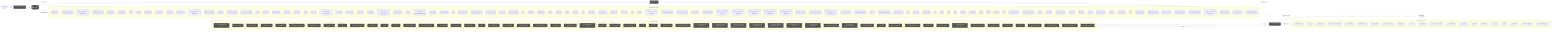
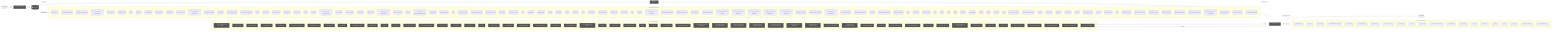
flowchart LR
  UserQ(["👤 User Query"])
  Embed["📐 Embedding Model"]
  VecDB[("📚 Vector Store")]
  Retriever["🔍 Retriever"]
  LLMNode["🧠 LLM / Generator"]
  Output(["✅ Response"])
  UserQ -->|query| Embed
  Embed -->|vector| VecDB
  VecDB -->|top-k chunks| Retriever
  Retriever -->|context + query| LLMNode
  LLMNode -->|generated answer| Output
  subgraph DetectedMemory["Detected memory stores"]
    det_detectedmemory_cli_dispatch_test_54c9f17b[("cli-dispatch.test")]
+     det_detectedmemory_pr_template_validator_test_569b1cef[("pr-template-validator.test")]
    det_detectedmemory_run_local_memory_preflight_36e92808[("run-local-memory-preflight")]
    det_detectedmemory_run_local_memory_preflight_test_1d7c5aa0[("run-local-memory-preflight.test")]
-     det_detectedmemory_pr_template_validator_test_569b1cef[("pr-template-validator.test")]
    det_detectedmemory_tooling_audit_test_d2aee28c[("tooling-audit.test")]
    det_detectedmemory_tooling_audit_core_328d6a41[("tooling-audit-core")]
    det_detectedmemory_search_24193290[("search")]
    det_detectedmemory_search_test_0c66bc11[("search.test")]
    det_detectedmemory_review_gate_test_000e2ed6[("review-gate.test")]
    det_detectedmemory_review_gate_core_4c8001f9[("review-gate-core")]
    det_detectedmemory_review_context_ca6cf81d[("review-context")]
    det_detectedmemory_review_context_test_89806d6c[("review-context.test")]
    det_detectedmemory_refresh_diagram_context_test_03bf21c4[("refresh-diagram-context.test")]
    det_detectedmemory_pattern_scope_siblings_43abe000[("pattern-scope-siblings")]
    det_detectedmemory_memory_gate_a577a506[("memory-gate")]
    det_detectedmemory_local_memory_preflight_dcc36c42[("local-memory-preflight")]
    det_detectedmemory_local_memory_preflight_test_5e323bbf[("local-memory-preflight.test")]
    det_detectedmemory_init_test_cbba76a6[("init.test")]
    det_detectedmemory_index_context_de3ed39d[("index-context")]
    det_detectedmemory_index_context_test_1949ea6f[("index-context.test")]
    det_detectedmemory_docs_gate_test_a25e972f[("docs-gate.test")]
    det_detectedmemory_docs_gate_core_eb9b6c18[("docs-gate-core")]
    det_detectedmemory_context_ea7792a2[("context")]
    det_detectedmemory_context_test_57aad306[("context.test")]
    det_detectedmemory_context_integrity_acceptance_test_59f961b1[("context-integrity-acceptance.test")]
    det_detectedmemory_context_health_80bb7da9[("context-health")]
    det_detectedmemory_context_health_test_3b5b87f3[("context-health.test")]
    det_detectedmemory_ci_migrate_test_2a015bb9[("ci-migrate.test")]
    det_detectedmemory_ci_migrate_core_7005b5af[("ci-migrate-core")]
    det_detectedmemory_check_diagram_freshness_test_c1dc40aa[("check-diagram-freshness.test")]
    det_detectedmemory_branch_protect_core_a8feb0fd[("branch-protect-core")]
    det_detectedmemory_brain_test_428d4d67[("brain.test")]
    det_detectedmemory_agent_first_throughput_integration_test_dc677cc4[("agent-first-throughput.integration.test")]
    det_detectedmemory_overload_guard_2748c559[("overload-guard")]
    det_detectedmemory_overload_guard_test_6ece9f86[("overload-guard.test")]
-     det_detectedmemory_types_4_822d0f88[("types")]
+     det_detectedmemory_types_3_9675d69b[("types")]
    det_detectedmemory_suggestion_generator_0956f794[("suggestion-generator")]
    det_detectedmemory_suggestion_generator_test_f68e9892[("suggestion-generator.test")]
    det_detectedmemory_performance_overload_c685bfcf[("performance-overload")]
    det_detectedmemory_local_memory_0db17ecc[("local-memory")]
    det_detectedmemory_local_memory_smoke_1175abfc[("local-memory-smoke")]
    det_detectedmemory_types_8_f6283648[("types")]
    det_detectedmemory_claim_helpers_20dc8387[("claim-helpers")]
    det_detectedmemory_tooling_baseline_50ab2eeb[("tooling-baseline")]
    det_detectedmemory_classifier_fe1991a9[("classifier")]
    det_detectedmemory_classifier_test_3859cceb[("classifier.test")]
    det_detectedmemory_validator_1_0c0621d8[("validator")]
    det_detectedmemory_validator_test_1_c5015ca0[("validator.test")]
    det_detectedmemory_types_12_2b09659a[("types")]
    det_detectedmemory_metrics_tracker_98cec29c[("metrics-tracker")]
    det_detectedmemory_metrics_tracker_test_3de156fa[("metrics-tracker.test")]
    det_detectedmemory_branch_enforcer_acb749cd[("branch-enforcer")]
    det_detectedmemory_review_context_1_e3afed15[("review-context")]
    det_detectedmemory_index_2_10143590[("index")]
    det_detectedmemory_eval_seed_5699fd3e[("eval-seed")]
    det_detectedmemory_workflow_contract_scripts_test_681e2e3c[("workflow-contract-scripts.test")]
    det_detectedmemory_scaffold_workflow_template_92310587[("scaffold-workflow-template")]
    det_detectedmemory_scaffold_template_registry_b1cce2aa[("scaffold-template-registry")]
    det_detectedmemory_scaffold_surfaces_12d6494e[("scaffold-surfaces")]
    det_detectedmemory_scaffold_shell_templates_0ad0f915[("scaffold-shell-templates")]
    det_detectedmemory_scaffold_script_template_registry_69312d4e[("scaffold-script-template-registry")]
    det_detectedmemory_scaffold_script_template_registry_test_6a8ebefe[("scaffold-script-template-registry.test")]
    det_detectedmemory_scaffold_root_command_templates_404fed7f[("scaffold-root-command-templates")]
    det_detectedmemory_scaffold_root_command_templates_test_14596939[("scaffold-root-command-templates.test")]
    det_detectedmemory_scaffold_environment_templates_c1ceba6a[("scaffold-environment-templates")]
    det_detectedmemory_scaffold_doc_templates_f6152330[("scaffold-doc-templates")]
    det_detectedmemory_scaffold_diagram_templates_dd88e83c[("scaffold-diagram-templates")]
    det_detectedmemory_scaffold_diagram_templates_test_f3774c28[("scaffold-diagram-templates.test")]
    det_detectedmemory_project_brain_templates_7ef51530[("project-brain-templates")]
    det_detectedmemory_project_brain_templates_test_0b6509f2[("project-brain-templates.test")]
    det_detectedmemory_init_modes_c05ceb07[("init-modes")]
    det_detectedmemory_codex_preflight_symlink_test_037558db[("codex-preflight-symlink.test")]
    det_detectedmemory_harness_decision_test_7e5a4fe5[("harness-decision.test")]
    det_detectedmemory_types_18_37582e2a[("types")]
    det_detectedmemory_sync_contract_c79fa191[("sync-contract")]
    det_detectedmemory_sync_contract_test_5dc3165c[("sync-contract.test")]
    det_detectedmemory_store_824d80d7[("store")]
    det_detectedmemory_sources_1_e133d97d[("sources")]
    det_detectedmemory_rollout_a4fa034c[("rollout")]
    det_detectedmemory_ollama_76e3c7bf[("ollama")]
    det_detectedmemory_ollama_test_71f9750e[("ollama.test")]
    det_detectedmemory_lexical_fallback_723e2b3e[("lexical-fallback")]
    det_detectedmemory_init_error_5c7dd49f[("init-error")]
    det_detectedmemory_indexer_70fa78e5[("indexer")]
    det_detectedmemory_indexer_test_d492f0aa[("indexer.test")]
    det_detectedmemory_index_5_522f772a[("index")]
    det_detectedmemory_context_compact_policy_3dcaf95d[("context-compact-policy")]
    det_detectedmemory_context_compact_policy_test_da148267[("context-compact-policy.test")]
    det_detectedmemory_constants_7517017f[("constants")]
    det_detectedmemory_constants_test_5492ae98[("constants.test")]
-     det_detectedmemory_command_registry_test_0cf92cba[("command-registry.test")]
    det_detectedmemory_validator_test_5_2bb3219d[("validator.test")]
    det_detectedmemory_validator_core_1_1518647e[("validator-core")]
    det_detectedmemory_types_core_1_8bd0f8fd[("types-core")]
    det_detectedmemory_policy_validators_core_714a3fe7[("policy-validators-core")]
    det_detectedmemory_loader_test_03424671[("loader.test")]
    det_detectedmemory_json_schema_core_96d7e328[("json-schema-core")]
    det_detectedmemory_index_6_fc9e91e2[("index")]
    det_detectedmemory_harness_run_context_ac7c77a9[("harness-run-context")]
    det_detectedmemory_harness_run_context_test_c6937fed[("harness-run-context.test")]
+     det_detectedmemory_command_registry_test_0cf92cba[("command-registry.test")]
    det_detectedmemory_branch_protect_sync_570adb18[("branch-protect-sync")]
    det_detectedmemory_module_boundaries_test_c0caf46b[("module-boundaries.test")]
    det_detectedmemory_review_gate_command_spec_3187376a[("review-gate-command-spec")]
    det_detectedmemory_local_memory_preflight_command_spec_9e23f3ce[("local-memory-preflight-command-spec")]
    det_detectedmemory_command_specs_test_7f693e85[("command-specs.test")]
    det_detectedmemory_command_specs_core_1c0ffc99[("command-specs-core")]
    det_detectedmemory_command_capability_rules_ca3f496a[("command-capability-rules")]
  end
  VecDB -. "implemented by" .-> DetectedMemory
  subgraph DetectedLLM["Detected LLM clients"]
    det_detectedllm_cli_dispatch_test_54c9f17b["cli-dispatch.test"]
    det_detectedllm_search_24193290["search"]
    det_detectedllm_search_test_0c66bc11["search.test"]
    det_detectedllm_remediate_runner_helpers_929fedcc["remediate-runner-helpers"]
    det_detectedllm_prompt_gate_c5e9d207["prompt-gate"]
    det_detectedllm_prompt_gate_test_1a442b27["prompt-gate.test"]
    det_detectedllm_index_context_de3ed39d["index-context"]
    det_detectedllm_index_context_test_1949ea6f["index-context.test"]
    det_detectedllm_contract_test_2262847f["contract.test"]
    det_detectedllm_context_ea7792a2["context"]
    det_detectedllm_context_test_57aad306["context.test"]
    det_detectedllm_check_environment_core_2c16213f["check-environment-core"]
    det_detectedllm_sensitive_text_7c11f760["sensitive-text"]
    det_detectedllm_sync_contract_c79fa191["sync-contract"]
    det_detectedllm_ollama_76e3c7bf["ollama"]
    det_detectedllm_ollama_test_71f9750e["ollama.test"]
    det_detectedllm_indexer_70fa78e5["indexer"]
    det_detectedllm_index_5_522f772a["index"]
    det_detectedllm_constants_7517017f["constants"]
    det_detectedllm_north_star_validators_cfc926ce["north-star-validators"]
    det_detectedllm_command_specs_core_1c0ffc99["command-specs-core"]
  end
  LLMNode -. "implemented by" .-> DetectedLLM
  subgraph DetectedTools["Agentic tool calls"]
    det_detectedtools_collect_observed_eval_usage_1724425c["🔧 collect-observed-eval-usage"]
    det_detectedtools_verify_work_test_0e12f6c5["🔧 verify-work.test"]
    det_detectedtools_review_gate_test_000e2ed6["🔧 review-gate.test"]
    det_detectedtools_review_gate_core_4c8001f9["🔧 review-gate-core"]
    det_detectedtools_remediate_test_6f59cafe["🔧 remediate.test"]
    det_detectedtools_remediate_runner_helpers_929fedcc["🔧 remediate-runner-helpers"]
    det_detectedtools_remediate_cli_output_cc165396["🔧 remediate-cli-output"]
    det_detectedtools_pr_closeout_test_1_be1a0df1["🔧 pr-closeout.test"]
    det_detectedtools_policy_gate_213f7313["🔧 policy-gate"]
    det_detectedtools_next_blocked_decisions_4140ad2b["🔧 next-blocked-decisions"]
    det_detectedtools_learnings_test_e45e0253["🔧 learnings.test"]
    det_detectedtools_init_test_cbba76a6["🔧 init.test"]
    det_detectedtools_doctor_test_e032e8b5["🔧 doctor.test"]
    det_detectedtools_doctor_tool_checks_4acac51a["🔧 doctor-tool-checks"]
    det_detectedtools_doctor_github_tool_checks_a53b0382["🔧 doctor-github-tool-checks"]
    det_detectedtools_doctor_checks_5a2eb2b9["🔧 doctor-checks"]
    det_detectedtools_docs_gate_test_a25e972f["🔧 docs-gate.test"]
    det_detectedtools_ci_migrate_core_7005b5af["🔧 ci-migrate-core"]
    det_detectedtools_types_1_4ecdf56e["🔧 types"]
    det_detectedtools_orchestrator_test_1_c291cde7["🔧 orchestrator.test"]
    det_detectedtools_tooling_baseline_50ab2eeb["🔧 tooling-baseline"]
    det_detectedtools_tooling_baseline_test_d272ddb6["🔧 tooling-baseline.test"]
    det_detectedtools_evaluation_engine_core_e054fe49["🔧 evaluation-engine-core"]
    det_detectedtools_normalise_test_73e8a615["🔧 normalise.test"]
    det_detectedtools_normalise_renderer_85f2e563["🔧 normalise-renderer"]
    det_detectedtools_normalise_he_phase_exit_test_1788efc4["🔧 normalise-he-phase-exit.test"]
    det_detectedtools_validator_1_0c0621d8["🔧 validator"]
    det_detectedtools_metrics_tracker_98cec29c["🔧 metrics-tracker"]
    det_detectedtools_metrics_tracker_test_3de156fa["🔧 metrics-tracker.test"]
    det_detectedtools_client_1_914e1681["🔧 client"]
    det_detectedtools_pr_creator_dc6b1ea4["🔧 pr-creator"]
    det_detectedtools_closure_evidence_aaa31467["🔧 closure-evidence"]
    det_detectedtools_scaffold_shell_quality_test_79567d03["🔧 scaffold-shell-quality.test"]
    det_detectedtools_scaffold_release_private_npm_template_075499f8["🔧 scaffold-release-private-npm-template"]
    det_detectedtools_scaffold_github_actions_pr_pipeline_template_e2b85f62["🔧 scaffold-github-actions-pr-pipeline-template"]
    det_detectedtools_scaffold_github_actions_pr_pipeline_template_test_be464a7b["🔧 scaffold-github-actions-pr-pipeline-template.test"]
    det_detectedtools_scaffold_github_actions_pr_pipeline_renderer_1ee18de5["🔧 scaffold-github-actions-pr-pipeline-renderer"]
    det_detectedtools_scaffold_github_actions_pr_pipeline_renderer_test_2cc38272["🔧 scaffold-github-actions-pr-pipeline-renderer.test"]
    det_detectedtools_scaffold_environment_templates_c1ceba6a["🔧 scaffold-environment-templates"]
    det_detectedtools_scaffold_environment_templates_test_b31b6a0c["🔧 scaffold-environment-templates.test"]
    det_detectedtools_scaffold_config_templates_4b80ce53["🔧 scaffold-config-templates"]
    det_detectedtools_scaffold_codex_environment_templates_334fbbed["🔧 scaffold-codex-environment-templates"]
    det_detectedtools_scaffold_ci_templates_2afd6392["🔧 scaffold-ci-templates"]
    det_detectedtools_init_output_360dce91["🔧 init-output"]
    det_detectedtools_observed_skill_usage_ed7d5930["🔧 observed-skill-usage"]
    det_detectedtools_observed_skill_usage_test_311c215a["🔧 observed-skill-usage.test"]
    det_detectedtools_ralph_runtime_73d63c0e["🔧 ralph-runtime"]
    det_detectedtools_he_phase_exit_core_1148895b["🔧 he-phase-exit-core"]
    det_detectedtools_harness_closeout_gate_contracts_test_db1c74a7["🔧 harness-closeout-gate-contracts.test"]
-     det_detectedtools_command_registry_test_0cf92cba["🔧 command-registry.test"]
    det_detectedtools_validator_helpers_7b927667["🔧 validator-helpers"]
    det_detectedtools_validator_core_1_1518647e["🔧 validator-core"]
    det_detectedtools_types_core_1_8bd0f8fd["🔧 types-core"]
    det_detectedtools_policy_validators_core_714a3fe7["🔧 policy-validators-core"]
+     det_detectedtools_command_registry_test_0cf92cba["🔧 command-registry.test"]
    det_detectedtools_module_boundaries_test_c0caf46b["🔧 module-boundaries.test"]
    det_detectedtools_command_capability_rules_ca3f496a["🔧 command-capability-rules"]
    det_detectedtools_command_capabilities_a4d5c71e["🔧 command-capabilities"]
  end
  LLMNode -->|tool use| DetectedTools
  DetectedTools -->|result| LLMNode
  classDef memNode fill:#555,color:#fff
  class VecDB,Retriever memNode
  classDef llmNode fill:#555,color:#fff
  class LLMNode,Embed llmNode
  classDef toolNode fill:#555,color:#fff
-   class det_detectedtools_collect_observed_eval_usage_1724425c,det_detectedtools_verify_work_test_0e12f6c5,det_detectedtools_review_gate_test_000e2ed6,det_detectedtools_review_gate_core_4c8001f9,det_detectedtools_remediate_test_6f59cafe,det_detectedtools_remediate_runner_helpers_929fedcc,det_detectedtools_remediate_cli_output_cc165396,det_detectedtools_pr_closeout_test_1_be1a0df1,det_detectedtools_policy_gate_213f7313,det_detectedtools_next_blocked_decisions_4140ad2b,det_detectedtools_learnings_test_e45e0253,det_detectedtools_init_test_cbba76a6,det_detectedtools_doctor_test_e032e8b5,det_detectedtools_doctor_tool_checks_4acac51a,det_detectedtools_doctor_github_tool_checks_a53b0382,det_detectedtools_doctor_checks_5a2eb2b9,det_detectedtools_docs_gate_test_a25e972f,det_detectedtools_ci_migrate_core_7005b5af,det_detectedtools_types_1_4ecdf56e,det_detectedtools_orchestrator_test_1_c291cde7,det_detectedtools_tooling_baseline_50ab2eeb,det_detectedtools_tooling_baseline_test_d272ddb6,det_detectedtools_evaluation_engine_core_e054fe49,det_detectedtools_normalise_test_73e8a615,det_detectedtools_normalise_renderer_85f2e563,det_detectedtools_normalise_he_phase_exit_test_1788efc4,det_detectedtools_validator_1_0c0621d8,det_detectedtools_metrics_tracker_98cec29c,det_detectedtools_metrics_tracker_test_3de156fa,det_detectedtools_client_1_914e1681,det_detectedtools_pr_creator_dc6b1ea4,det_detectedtools_closure_evidence_aaa31467,det_detectedtools_scaffold_shell_quality_test_79567d03,det_detectedtools_scaffold_release_private_npm_template_075499f8,det_detectedtools_scaffold_github_actions_pr_pipeline_template_e2b85f62,det_detectedtools_scaffold_github_actions_pr_pipeline_template_test_be464a7b,det_detectedtools_scaffold_github_actions_pr_pipeline_renderer_1ee18de5,det_detectedtools_scaffold_github_actions_pr_pipeline_renderer_test_2cc38272,det_detectedtools_scaffold_environment_templates_c1ceba6a,det_detectedtools_scaffold_environment_templates_test_b31b6a0c,det_detectedtools_scaffold_config_templates_4b80ce53,det_detectedtools_scaffold_codex_environment_templates_334fbbed,det_detectedtools_scaffold_ci_templates_2afd6392,det_detectedtools_init_output_360dce91,det_detectedtools_observed_skill_usage_ed7d5930,det_detectedtools_observed_skill_usage_test_311c215a,det_detectedtools_ralph_runtime_73d63c0e,det_detectedtools_he_phase_exit_core_1148895b,det_detectedtools_harness_closeout_gate_contracts_test_db1c74a7,det_detectedtools_command_registry_test_0cf92cba,det_detectedtools_validator_helpers_7b927667,det_detectedtools_validator_core_1_1518647e,det_detectedtools_types_core_1_8bd0f8fd,det_detectedtools_policy_validators_core_714a3fe7,det_detectedtools_module_boundaries_test_c0caf46b,det_detectedtools_command_capability_rules_ca3f496a,det_detectedtools_command_capabilities_a4d5c71e toolNode
+   class det_detectedtools_collect_observed_eval_usage_1724425c,det_detectedtools_verify_work_test_0e12f6c5,det_detectedtools_review_gate_test_000e2ed6,det_detectedtools_review_gate_core_4c8001f9,det_detectedtools_remediate_test_6f59cafe,det_detectedtools_remediate_runner_helpers_929fedcc,det_detectedtools_remediate_cli_output_cc165396,det_detectedtools_pr_closeout_test_1_be1a0df1,det_detectedtools_policy_gate_213f7313,det_detectedtools_next_blocked_decisions_4140ad2b,det_detectedtools_learnings_test_e45e0253,det_detectedtools_init_test_cbba76a6,det_detectedtools_doctor_test_e032e8b5,det_detectedtools_doctor_tool_checks_4acac51a,det_detectedtools_doctor_github_tool_checks_a53b0382,det_detectedtools_doctor_checks_5a2eb2b9,det_detectedtools_docs_gate_test_a25e972f,det_detectedtools_ci_migrate_core_7005b5af,det_detectedtools_types_1_4ecdf56e,det_detectedtools_orchestrator_test_1_c291cde7,det_detectedtools_tooling_baseline_50ab2eeb,det_detectedtools_tooling_baseline_test_d272ddb6,det_detectedtools_evaluation_engine_core_e054fe49,det_detectedtools_normalise_test_73e8a615,det_detectedtools_normalise_renderer_85f2e563,det_detectedtools_normalise_he_phase_exit_test_1788efc4,det_detectedtools_validator_1_0c0621d8,det_detectedtools_metrics_tracker_98cec29c,det_detectedtools_metrics_tracker_test_3de156fa,det_detectedtools_client_1_914e1681,det_detectedtools_pr_creator_dc6b1ea4,det_detectedtools_closure_evidence_aaa31467,det_detectedtools_scaffold_shell_quality_test_79567d03,det_detectedtools_scaffold_release_private_npm_template_075499f8,det_detectedtools_scaffold_github_actions_pr_pipeline_template_e2b85f62,det_detectedtools_scaffold_github_actions_pr_pipeline_template_test_be464a7b,det_detectedtools_scaffold_github_actions_pr_pipeline_renderer_1ee18de5,det_detectedtools_scaffold_github_actions_pr_pipeline_renderer_test_2cc38272,det_detectedtools_scaffold_environment_templates_c1ceba6a,det_detectedtools_scaffold_environment_templates_test_b31b6a0c,det_detectedtools_scaffold_config_templates_4b80ce53,det_detectedtools_scaffold_codex_environment_templates_334fbbed,det_detectedtools_scaffold_ci_templates_2afd6392,det_detectedtools_init_output_360dce91,det_detectedtools_observed_skill_usage_ed7d5930,det_detectedtools_observed_skill_usage_test_311c215a,det_detectedtools_ralph_runtime_73d63c0e,det_detectedtools_he_phase_exit_core_1148895b,det_detectedtools_harness_closeout_gate_contracts_test_db1c74a7,det_detectedtools_validator_helpers_7b927667,det_detectedtools_validator_core_1_1518647e,det_detectedtools_types_core_1_8bd0f8fd,det_detectedtools_policy_validators_core_714a3fe7,det_detectedtools_command_registry_test_0cf92cba,det_detectedtools_module_boundaries_test_c0caf46b,det_detectedtools_command_capability_rules_ca3f496a,det_detectedtools_command_capabilities_a4d5c71e toolNode
